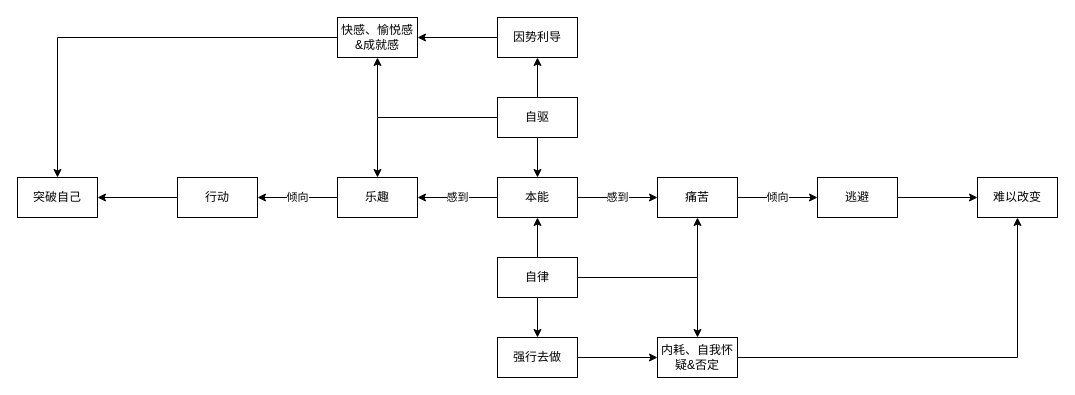
Above: 自我驱动.drawio in youyusan/open_mind (draw.io), before the change. Source tidied: cells renumbered, new cells numbered last; positions are measured from the earlier drawing's top-left corner, leaving out a move shared by most shapes. Both pictures are drawn from the tidied source at 100%, with x=0, y=0 at pixel (17, 17).
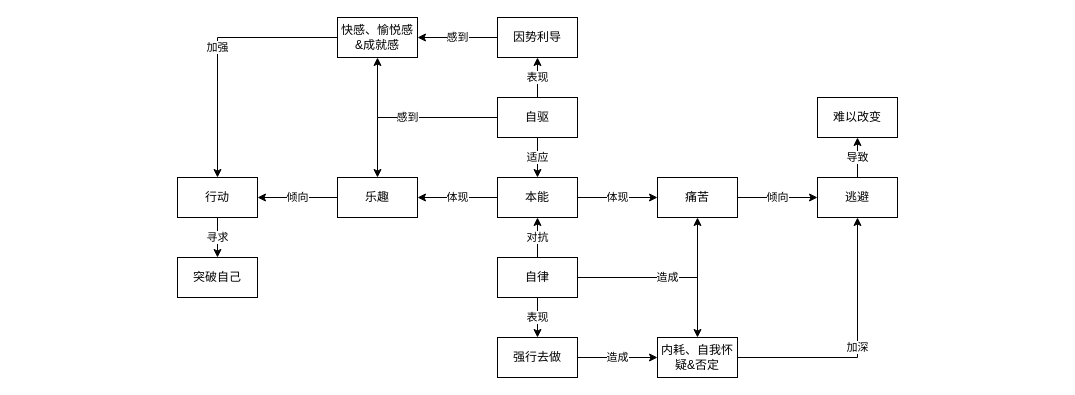
After the change.

Commit message (it also covers changes not shown here):
更新自我驱动.drawio

Unchanged cells that the change refers to:
```xml
<mxCell id="4" value="本能" style="rounded=0;whiteSpace=wrap;html=1;" parent="1" vertex="1">
  <mxGeometry x="480" y="160" width="80" height="40" as="geometry" />
</mxCell>
<mxCell id="6" value="乐趣" style="rounded=0;whiteSpace=wrap;html=1;" parent="1" vertex="1">
  <mxGeometry x="320" y="160" width="80" height="40" as="geometry" />
</mxCell>
<mxCell id="8" value="痛苦" style="rounded=0;whiteSpace=wrap;html=1;" parent="1" vertex="1">
  <mxGeometry x="640" y="160" width="80" height="40" as="geometry" />
</mxCell>
<mxCell id="10" value="行动" style="rounded=0;whiteSpace=wrap;html=1;" parent="1" vertex="1">
  <mxGeometry x="160" y="160" width="80" height="40" as="geometry" />
</mxCell>
<mxCell id="12" value="逃避" style="rounded=0;whiteSpace=wrap;html=1;" parent="1" vertex="1">
  <mxGeometry x="800" y="160" width="80" height="40" as="geometry" />
</mxCell>
<mxCell id="17" value="自律" style="rounded=0;whiteSpace=wrap;html=1;" parent="1" vertex="1">
  <mxGeometry x="480" y="240" width="80" height="40" as="geometry" />
</mxCell>
<mxCell id="19" value="强行去做" style="rounded=0;whiteSpace=wrap;html=1;" parent="1" vertex="1">
  <mxGeometry x="480" y="320" width="80" height="40" as="geometry" />
</mxCell>
<mxCell id="21" value="内耗、自我怀疑&amp;amp;否定" style="rounded=0;whiteSpace=wrap;html=1;" parent="1" vertex="1">
  <mxGeometry x="640" y="320" width="80" height="40" as="geometry" />
</mxCell>
<mxCell id="27" value="自驱" style="rounded=0;whiteSpace=wrap;html=1;" parent="1" vertex="1">
  <mxGeometry x="480" y="80" width="80" height="40" as="geometry" />
</mxCell>
<mxCell id="30" value="因势利导" style="rounded=0;whiteSpace=wrap;html=1;" parent="1" vertex="1">
  <mxGeometry x="480" width="80" height="40" as="geometry" />
</mxCell>
<mxCell id="32" value="快感、愉悦感&amp;amp;成就感" style="rounded=0;whiteSpace=wrap;html=1;" parent="1" vertex="1">
  <mxGeometry x="320" width="80" height="40" as="geometry" />
</mxCell>
```

Change to the diagram source:
```diff
@@
-    <mxCell id="2" value="感到" style="edgeStyle=orthogonalEdgeStyle;rounded=0;jettySize=auto;html=1;" parent="1" edge="1" source="4" target="6">
+    <mxCell id="2" value="体现" style="edgeStyle=orthogonalEdgeStyle;rounded=0;jettySize=auto;html=1;" parent="1" edge="1" source="4" target="6">
       <mxGeometry relative="1" as="geometry" />
     </mxCell>
-    <mxCell id="3" value="感到" style="edgeStyle=orthogonalEdgeStyle;rounded=0;jettySize=auto;html=1;" parent="1" edge="1" source="4" target="8">
+    <mxCell id="3" value="体现" style="edgeStyle=orthogonalEdgeStyle;rounded=0;jettySize=auto;html=1;" parent="1" edge="1" source="4" target="8">
       <mxGeometry relative="1" as="geometry" />
     </mxCell>
@@
-    <mxCell id="9" style="edgeStyle=orthogonalEdgeStyle;rounded=0;jettySize=auto;html=1;entryX=1;entryY=0.5;entryDx=0;entryDy=0;" parent="1" edge="1" source="10" target="28">
+    <mxCell id="9" value="寻求" style="edgeStyle=orthogonalEdgeStyle;rounded=0;jettySize=auto;html=1;" parent="1" edge="1" source="10" target="28">
       <mxGeometry relative="1" as="geometry" />
     </mxCell>
@@
-    <mxCell id="11" style="edgeStyle=orthogonalEdgeStyle;rounded=0;jettySize=auto;html=1;" parent="1" edge="1" source="12" target="22">
+    <mxCell id="11" value="导致" style="edgeStyle=orthogonalEdgeStyle;rounded=0;jettySize=auto;html=1;" parent="1" edge="1" source="12" target="22">
       <mxGeometry relative="1" as="geometry" />
     </mxCell>
@@
-    <mxCell id="13" style="edgeStyle=orthogonalEdgeStyle;rounded=0;jettySize=auto;html=1;entryX=0.5;entryY=1;entryDx=0;entryDy=0;" parent="1" edge="1" source="17" target="4">
+    <mxCell id="13" value="对抗" style="edgeStyle=orthogonalEdgeStyle;rounded=0;jettySize=auto;html=1;entryX=0.5;entryY=1;entryDx=0;entryDy=0;" parent="1" edge="1" source="17" target="4">
       <mxGeometry relative="1" as="geometry" />
     </mxCell>
-    <mxCell id="14" style="edgeStyle=orthogonalEdgeStyle;rounded=0;jettySize=auto;html=1;" parent="1" edge="1" source="17" target="19">
+    <mxCell id="14" value="表现" style="edgeStyle=orthogonalEdgeStyle;rounded=0;jettySize=auto;html=1;" parent="1" edge="1" source="17" target="19">
       <mxGeometry relative="1" as="geometry" />
     </mxCell>
@@
-    <mxCell id="16" style="edgeStyle=orthogonalEdgeStyle;rounded=0;jettySize=auto;html=1;" parent="1" edge="1" source="17" target="21">
+    <mxCell id="16" value="造成" style="edgeStyle=orthogonalEdgeStyle;rounded=0;jettySize=auto;html=1;" parent="1" edge="1" source="17" target="21">
       <mxGeometry relative="1" as="geometry" />
     </mxCell>
@@
-    <mxCell id="18" style="edgeStyle=orthogonalEdgeStyle;rounded=0;jettySize=auto;html=1;" parent="1" edge="1" source="19" target="21">
+    <mxCell id="18" value="造成" style="edgeStyle=orthogonalEdgeStyle;rounded=0;jettySize=auto;html=1;" parent="1" edge="1" source="19" target="21">
       <mxGeometry relative="1" as="geometry" />
     </mxCell>
@@
-    <mxCell id="20" style="edgeStyle=orthogonalEdgeStyle;rounded=0;jettySize=auto;html=1;" parent="1" edge="1" source="21" target="22">
+    <mxCell id="20" value="加深" style="edgeStyle=orthogonalEdgeStyle;rounded=0;jettySize=auto;html=1;entryX=0.5;entryY=1;entryDx=0;entryDy=0;" parent="1" edge="1" source="21" target="12">
       <mxGeometry relative="1" as="geometry" />
     </mxCell>
@@
     <mxCell id="22" value="难以改变" style="rounded=0;whiteSpace=wrap;html=1;" parent="1" vertex="1">
-      <mxGeometry x="960" y="160" width="80" height="40" as="geometry" />
+      <mxGeometry x="800" y="80" width="80" height="40" as="geometry" />
     </mxCell>
-    <mxCell id="23" style="edgeStyle=orthogonalEdgeStyle;rounded=0;jettySize=auto;html=1;" parent="1" edge="1" source="27" target="4">
+    <mxCell id="23" value="适应" style="edgeStyle=orthogonalEdgeStyle;rounded=0;jettySize=auto;html=1;" parent="1" edge="1" source="27" target="4">
       <mxGeometry relative="1" as="geometry" />
     </mxCell>
-    <mxCell id="24" style="edgeStyle=orthogonalEdgeStyle;rounded=0;jettySize=auto;html=1;" parent="1" edge="1" source="27" target="30">
+    <mxCell id="24" value="表现" style="edgeStyle=orthogonalEdgeStyle;rounded=0;jettySize=auto;html=1;" parent="1" edge="1" source="27" target="30">
       <mxGeometry relative="1" as="geometry" />
     </mxCell>
@@
-    <mxCell id="26" style="edgeStyle=orthogonalEdgeStyle;rounded=0;jettySize=auto;html=1;" parent="1" edge="1" source="27" target="6">
+    <mxCell id="26" value="感到" style="edgeStyle=orthogonalEdgeStyle;rounded=0;jettySize=auto;html=1;" parent="1" edge="1" source="27" target="6">
       <mxGeometry relative="1" as="geometry" />
     </mxCell>
@@
     <mxCell id="28" value="突破自己" style="rounded=0;whiteSpace=wrap;html=1;" parent="1" vertex="1">
-      <mxGeometry y="160" width="80" height="40" as="geometry" />
+      <mxGeometry x="160" y="240" width="80" height="40" as="geometry" />
     </mxCell>
-    <mxCell id="29" style="edgeStyle=orthogonalEdgeStyle;rounded=0;jettySize=auto;html=1;" parent="1" edge="1" source="30" target="32">
+    <mxCell id="29" value="感到" style="edgeStyle=orthogonalEdgeStyle;rounded=0;jettySize=auto;html=1;" parent="1" edge="1" source="30" target="32">
       <mxGeometry relative="1" as="geometry" />
     </mxCell>
@@
-    <mxCell id="31" style="edgeStyle=orthogonalEdgeStyle;rounded=0;jettySize=auto;html=1;" parent="1" edge="1" source="32" target="28">
+    <mxCell id="31" value="加强" style="edgeStyle=orthogonalEdgeStyle;rounded=0;jettySize=auto;html=1;entryX=0.5;entryY=0;entryDx=0;entryDy=0;" parent="1" edge="1" source="32" target="10">
       <mxGeometry relative="1" as="geometry" />
     </mxCell>
```
